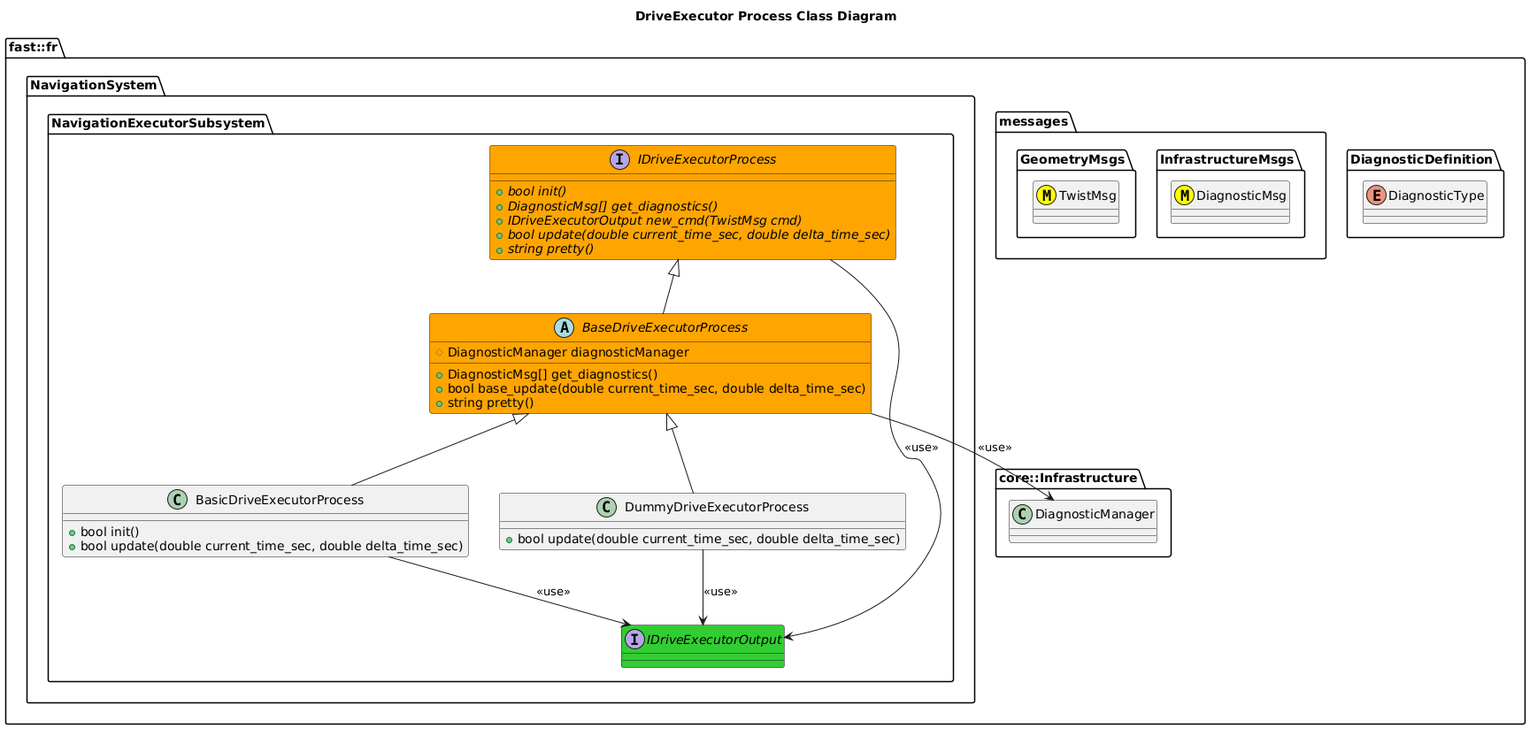
This is Systems/Navigation/Subsystems/NavigationExecutor/Processes/DriveExecutor/doc/puml/DriveExecutorProcessClassDiagram.png from fastrobotics/robot_framework, a PlantUML export, as it was before one commit.
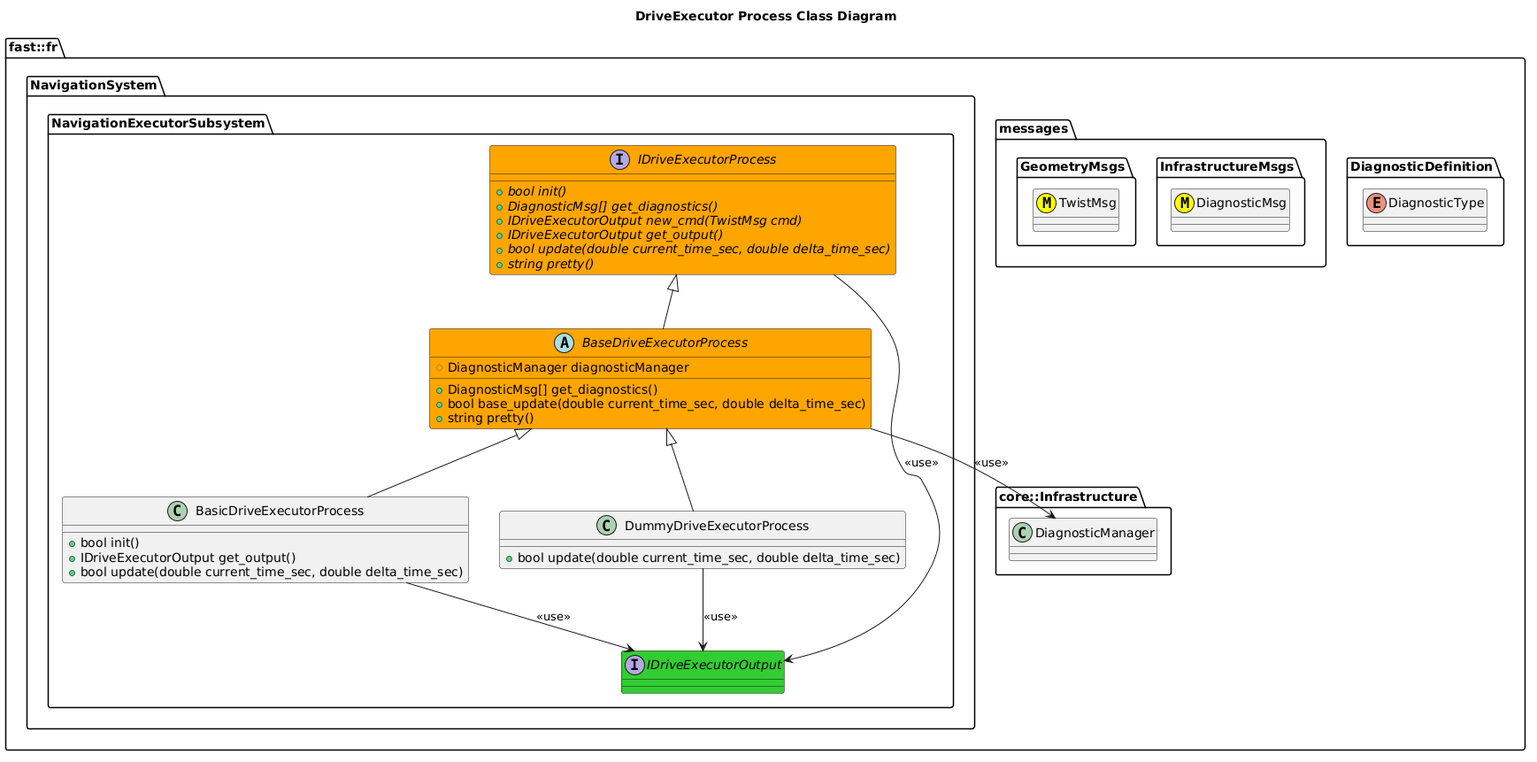
After the change.

Change to the diagram source:
```diff
@@ -25,6 +25,7 @@
           +{abstract} bool init()
           +{abstract} DiagnosticMsg[] get_diagnostics()
           +{abstract} IDriveExecutorOutput new_cmd(TwistMsg cmd)
+          +{abstract} IDriveExecutorOutput get_output()
           +{abstract} bool update(double current_time_sec, double delta_time_sec)
           +{abstract} string pretty()
         }
@@ -41,6 +42,7 @@
         BaseDriveExecutorProcess --> DiagnosticManager: <<use>>
         class BasicDriveExecutorProcess {
           +bool init()
+          +IDriveExecutorOutput get_output()
           +bool update(double current_time_sec, double delta_time_sec)
         }
         BasicDriveExecutorProcess -up-|> BaseDriveExecutorProcess
```
